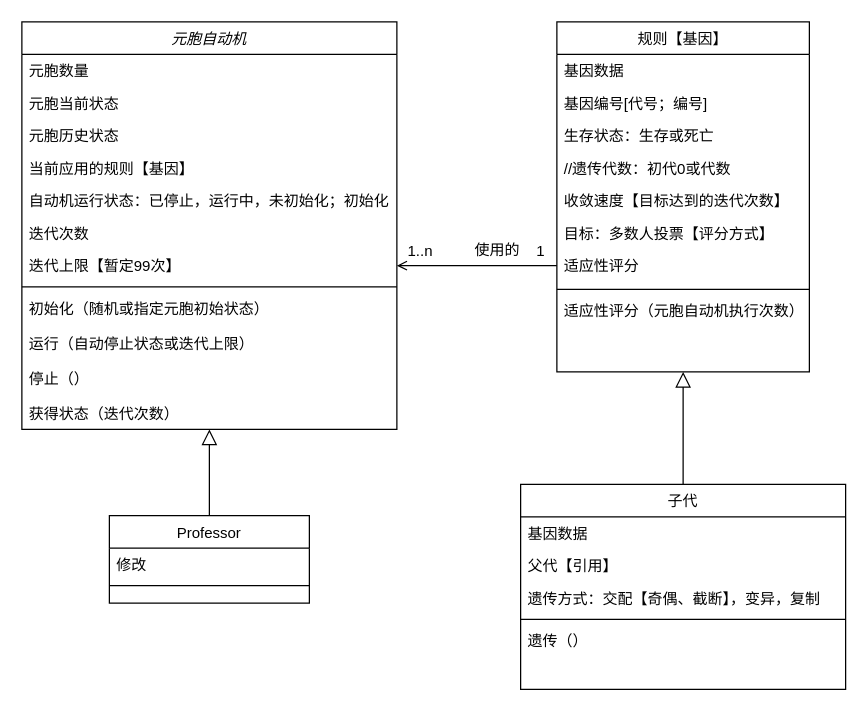
ligumi/CellularAutomataProject keeps this draw.io diagram as 元胞自动机V0.5.drawio. Above is the earlier version. Source tidied: cells renumbered, new cells numbered last; positions are measured from the earlier drawing's top-left corner, leaving out a move shared by most shapes. Both pictures are drawn from the tidied source at 125%, with x=0, y=0 at pixel (21, 21).
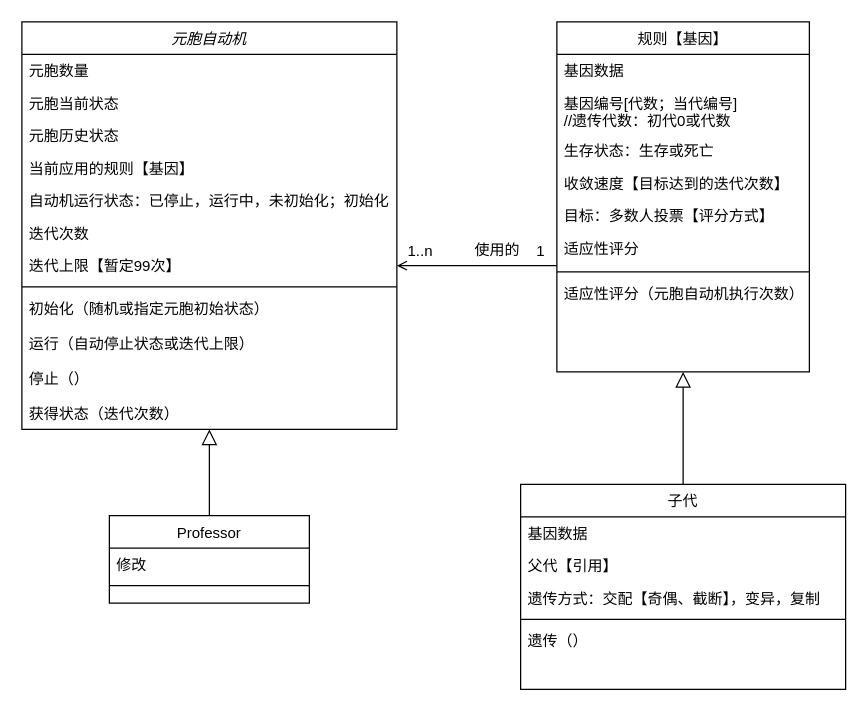
Above is the later version.

Commit message:
Update 元胞自动机V0.5.drawio

Unchanged cells that the change refers to:
```xml
<mxCell id="26" value="规则【基因】" style="swimlane;fontStyle=0;align=center;verticalAlign=top;horizontal=1;startSize=26;rounded=0;shadow=0;strokeWidth=1;" parent="1" vertex="1">
  <mxGeometry x="428" width="202" height="280" as="geometry" />
</mxCell>
```

What changed in the source:
```diff
@@
-    <mxCell id="28" value="基因编号[代号；编号]" style="text;align=left;verticalAlign=top;spacingLeft=4;spacingRight=4;overflow=hidden;" parent="26" vertex="1">
-      <mxGeometry y="52" width="202" height="26" as="geometry" />
+    <mxCell id="28" value="基因编号[代数；当代编号]&#10;//遗传代数：初代0或代数" style="text;align=left;verticalAlign=top;spacingLeft=4;spacingRight=4;overflow=hidden;" parent="26" vertex="1">
+      <mxGeometry y="52" width="202" height="38" as="geometry" />
     </mxCell>
     <mxCell id="29" value="生存状态：生存或死亡" style="text;align=left;verticalAlign=top;spacingLeft=4;spacingRight=4;overflow=hidden;" parent="26" vertex="1">
-      <mxGeometry y="78" width="202" height="26" as="geometry" />
+      <mxGeometry y="90" width="202" height="26" as="geometry" />
     </mxCell>
-    <mxCell id="30" value="//遗传代数：初代0或代数" style="text;align=left;verticalAlign=top;spacingLeft=4;spacingRight=4;overflow=hidden;" parent="26" vertex="1">
-      <mxGeometry y="104" width="202" height="26" as="geometry" />
-    </mxCell>
     <mxCell id="31" value="收敛速度【目标达到的迭代次数】" style="text;align=left;verticalAlign=top;spacingLeft=4;spacingRight=4;overflow=hidden;rounded=0;shadow=0;html=0;" parent="26" vertex="1">
-      <mxGeometry y="130" width="202" height="26" as="geometry" />
+      <mxGeometry y="116" width="202" height="26" as="geometry" />
     </mxCell>
     <mxCell id="32" value="目标：多数人投票【评分方式】" style="text;align=left;verticalAlign=top;spacingLeft=4;spacingRight=4;overflow=hidden;rounded=0;shadow=0;html=0;" parent="26" vertex="1">
-      <mxGeometry y="156" width="202" height="26" as="geometry" />
+      <mxGeometry y="142" width="202" height="26" as="geometry" />
     </mxCell>
     <mxCell id="33" value="适应性评分&#10;" style="text;align=left;verticalAlign=top;spacingLeft=4;spacingRight=4;overflow=hidden;points=[[0,0.5],[1,0.5]];portConstraint=eastwest;" parent="26" vertex="1">
-      <mxGeometry y="182" width="202" height="28" as="geometry" />
+      <mxGeometry y="168" width="202" height="28" as="geometry" />
     </mxCell>
     <mxCell id="34" style="line;html=1;strokeWidth=1;align=left;verticalAlign=middle;spacingTop=-1;spacingLeft=3;spacingRight=3;labelPosition=right;" parent="26" vertex="1">
-      <mxGeometry y="210" width="202" height="8" as="geometry" />
+      <mxGeometry y="196" width="202" height="8" as="geometry" />
     </mxCell>
     <mxCell id="35" value="适应性评分（元胞自动机执行次数）" style="text;align=left;verticalAlign=top;spacingLeft=4;spacingRight=4;overflow=hidden;" parent="26" vertex="1">
-      <mxGeometry y="218" width="202" height="26" as="geometry" />
+      <mxGeometry y="204" width="202" height="26" as="geometry" />
     </mxCell>
```
